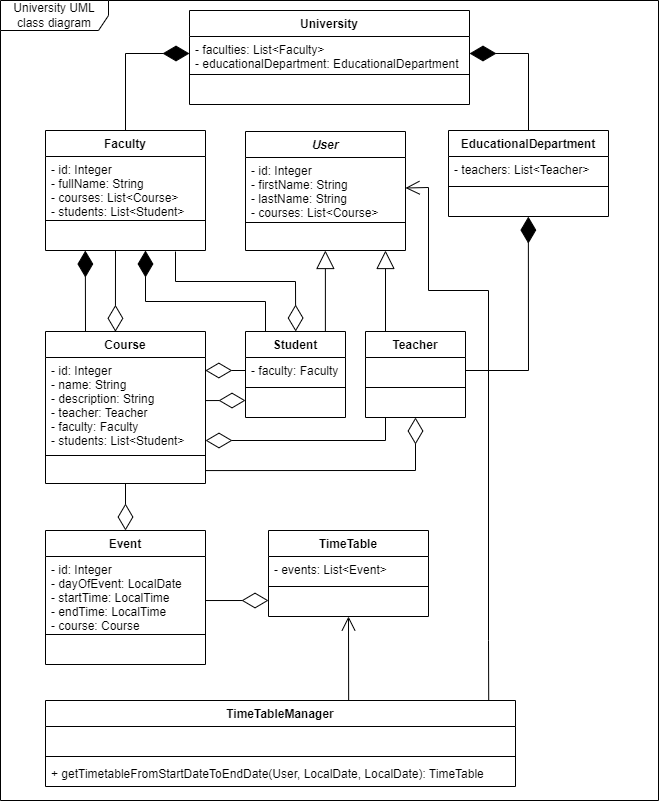
Before: University UML class diagram.png, a diagram exported from draw.io (andriysalnikov/university). Source tidied: cells renumbered, new cells last; positions are measured from the earlier drawing's top-left corner, leaving out a move shared by most shapes.
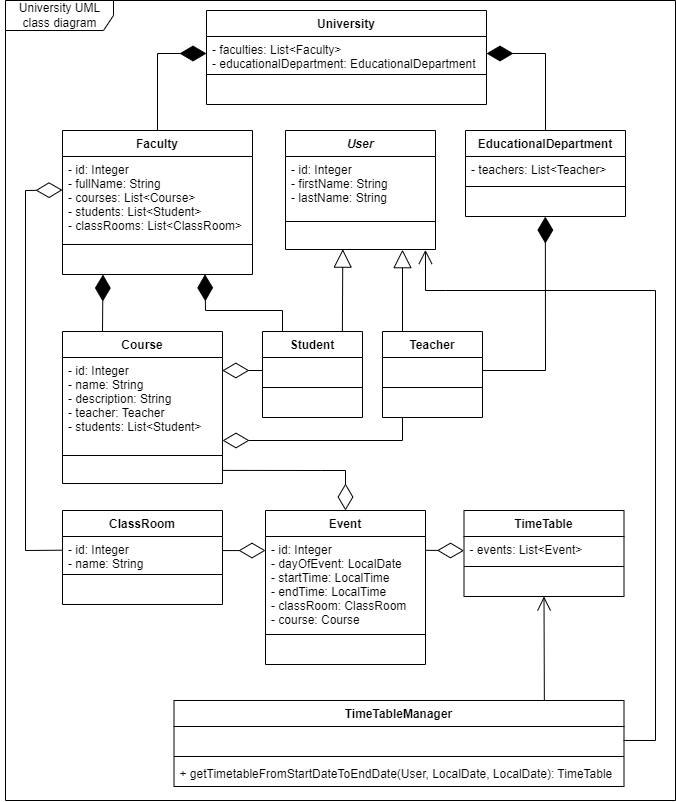
After the change.

Commit message:
Add 'ClassRoom' to UML diagram

What changed in the source:
```diff
@@ -3,12 +3,12 @@
     <mxCell id="0" />
     <mxCell id="1" parent="0" />
     <mxCell id="2" value="University UML class diagram" style="shape=umlFrame;whiteSpace=wrap;html=1;width=108;height=30;" parent="1" vertex="1">
-      <mxGeometry width="658" height="800" as="geometry" />
+      <mxGeometry x="-12" width="670" height="800" as="geometry" />
     </mxCell>
     <mxCell id="3" value="Course" style="swimlane;fontStyle=1;align=center;verticalAlign=top;horizontal=1;startSize=26;" parent="1" vertex="1">
       <mxGeometry x="45" y="331" width="160" height="152" as="geometry" />
     </mxCell>
-    <mxCell id="4" value="- id: Integer&#10;- name: String&#10;- description: String&#10;- teacher: Teacher&#10;- faculty: Faculty&#10;- students: List&lt;Student&gt;" style="text;strokeColor=none;fillColor=none;align=left;verticalAlign=top;spacingLeft=4;spacingRight=4;overflow=hidden;" parent="3" vertex="1">
+    <mxCell id="4" value="- id: Integer&#10;- name: String&#10;- description: String&#10;- teacher: Teacher&#10;- students: List&lt;Student&gt;" style="text;strokeColor=none;fillColor=none;align=left;verticalAlign=top;spacingLeft=4;spacingRight=4;overflow=hidden;" parent="3" vertex="1">
       <mxGeometry y="26" width="160" height="94" as="geometry" />
     </mxCell>
     <mxCell id="5" style="line;strokeWidth=1;fillColor=none;align=left;verticalAlign=middle;spacingTop=-1;spacingLeft=3;spacingRight=3;labelPosition=right;" parent="3" vertex="1">
@@ -18,21 +18,21 @@
       <mxGeometry y="128" width="160" height="24" as="geometry" />
     </mxCell>
     <mxCell id="7" value="User" style="swimlane;fontStyle=3;align=center;verticalAlign=top;horizontal=1;startSize=26;" parent="1" vertex="1">
-      <mxGeometry x="245" y="131" width="160" height="119" as="geometry" />
+      <mxGeometry x="268" y="130" width="150" height="119" as="geometry" />
     </mxCell>
-    <mxCell id="8" value="- id: Integer&#10;- firstName: String&#10;- lastName: String&#10;- courses: List&lt;Course&gt;" style="text;strokeColor=none;fillColor=none;align=left;verticalAlign=top;spacingLeft=4;spacingRight=4;overflow=hidden;points=[[0,0.5],[1,0.5]];portConstraint=eastwest;" parent="7" vertex="1">
-      <mxGeometry y="26" width="160" height="61" as="geometry" />
+    <mxCell id="8" value="- id: Integer&#10;- firstName: String&#10;- lastName: String&#10;" style="text;strokeColor=none;fillColor=none;align=left;verticalAlign=top;spacingLeft=4;spacingRight=4;overflow=hidden;points=[[0,0.5],[1,0.5]];portConstraint=eastwest;" parent="7" vertex="1">
+      <mxGeometry y="26" width="150" height="61" as="geometry" />
     </mxCell>
     <mxCell id="9" style="line;strokeWidth=1;fillColor=none;align=left;verticalAlign=middle;spacingTop=-1;spacingLeft=3;spacingRight=3;labelPosition=right;" parent="7" vertex="1">
-      <mxGeometry y="87" width="160" height="8" as="geometry" />
+      <mxGeometry y="87" width="150" height="8" as="geometry" />
     </mxCell>
     <mxCell id="10" value=" " style="text;strokeColor=none;fillColor=none;align=left;verticalAlign=top;spacingLeft=4;spacingRight=4;overflow=hidden;points=[[0,0.5],[1,0.5]];portConstraint=eastwest;" parent="7" vertex="1">
-      <mxGeometry y="95" width="160" height="24" as="geometry" />
+      <mxGeometry y="95" width="150" height="24" as="geometry" />
     </mxCell>
     <mxCell id="11" value="Student" style="swimlane;fontStyle=1;align=center;verticalAlign=top;horizontal=1;startSize=26;" parent="1" vertex="1">
       <mxGeometry x="245" y="331" width="100" height="86" as="geometry" />
     </mxCell>
-    <mxCell id="12" value="- faculty: Faculty" style="text;strokeColor=none;fillColor=none;align=left;verticalAlign=top;spacingLeft=4;spacingRight=4;overflow=hidden;" parent="11" vertex="1">
+    <mxCell id="12" value=" " style="text;strokeColor=none;fillColor=none;align=left;verticalAlign=top;spacingLeft=4;spacingRight=4;overflow=hidden;" parent="11" vertex="1">
       <mxGeometry y="26" width="100" height="26" as="geometry" />
     </mxCell>
     <mxCell id="13" style="line;strokeWidth=1;fillColor=none;align=left;verticalAlign=middle;spacingTop=-1;spacingLeft=3;spacingRight=3;labelPosition=right;" parent="11" vertex="1">
@@ -53,77 +53,45 @@
     <mxCell id="18" value=" " style="text;strokeColor=none;fillColor=none;align=left;verticalAlign=top;spacingLeft=4;spacingRight=4;overflow=hidden;points=[[0,0.5],[1,0.5]];portConstraint=eastwest;" parent="15" vertex="1">
       <mxGeometry y="60" width="100" height="26" as="geometry" />
     </mxCell>
-    <mxCell id="19" style="endArrow=block;endSize=16;endFill=0;html=1;rounded=0;entryX=0.25;entryY=1.017;entryDx=0;entryDy=0;entryPerimeter=0;" parent="1" edge="1">
+    <mxCell id="19" style="endArrow=block;endSize=16;endFill=0;html=1;rounded=0;entryX=0.78;entryY=1.007;entryDx=0;entryDy=0;entryPerimeter=0;" parent="1" edge="1" target="10">
       <mxGeometry relative="1" as="geometry">
         <mxPoint x="385" y="331" as="sourcePoint" />
-        <mxPoint x="385" y="250" as="targetPoint" />
       </mxGeometry>
     </mxCell>
-    <mxCell id="20" style="endArrow=diamondThin;endFill=0;endSize=24;html=1;rounded=0;entryX=0.126;entryY=-0.002;entryDx=0;entryDy=0;entryPerimeter=0;" parent="1" edge="1">
-      <mxGeometry relative="1" as="geometry">
-        <mxPoint x="175" y="251" as="sourcePoint" />
-        <mxPoint x="295.2" y="331" as="targetPoint" />
-        <Array as="points">
-          <mxPoint x="175" y="281" />
-          <mxPoint x="295" y="281" />
-        </Array>
-      </mxGeometry>
-    </mxCell>
-    <mxCell id="21" style="endArrow=diamondThin;endFill=0;endSize=24;html=1;rounded=0;exitX=0.284;exitY=0.999;exitDx=0;exitDy=0;exitPerimeter=0;entryX=0.437;entryY=0.002;entryDx=0;entryDy=0;entryPerimeter=0;" parent="1" edge="1" target="3">
-      <mxGeometry relative="1" as="geometry">
-        <mxPoint x="115" y="250" as="sourcePoint" />
-      </mxGeometry>
-    </mxCell>
     <mxCell id="22" value="Faculty" style="swimlane;fontStyle=1;align=center;verticalAlign=top;horizontal=1;startSize=26;" parent="1" vertex="1">
-      <mxGeometry x="45" y="130" width="160" height="120" as="geometry" />
+      <mxGeometry x="45" y="130" width="190" height="144" as="geometry" />
     </mxCell>
-    <mxCell id="23" value="- id: Integer&#10;- fullName: String&#10;- courses: List&lt;Course&gt;&#10;- students: List&lt;Student&gt;" style="text;strokeColor=none;fillColor=none;align=left;verticalAlign=top;spacingLeft=4;spacingRight=4;overflow=hidden;" parent="22" vertex="1">
-      <mxGeometry y="26" width="160" height="60" as="geometry" />
+    <mxCell id="23" value="- id: Integer&#10;- fullName: String&#10;- courses: List&lt;Course&gt;&#10;- students: List&lt;Student&gt;&#10;- classRooms: List&lt;ClassRoom&gt;" style="text;strokeColor=none;fillColor=none;align=left;verticalAlign=top;spacingLeft=4;spacingRight=4;overflow=hidden;" parent="22" vertex="1">
+      <mxGeometry y="26" width="190" height="84" as="geometry" />
     </mxCell>
     <mxCell id="24" style="line;strokeWidth=1;fillColor=none;align=left;verticalAlign=middle;spacingTop=-1;spacingLeft=3;spacingRight=3;labelPosition=right;" parent="22" vertex="1">
-      <mxGeometry y="86" width="160" height="8" as="geometry" />
+      <mxGeometry y="110" width="190" height="8" as="geometry" />
     </mxCell>
     <mxCell id="25" value=" " style="text;strokeColor=none;fillColor=none;align=left;verticalAlign=top;spacingLeft=4;spacingRight=4;overflow=hidden;points=[[0,0.5],[1,0.5]];portConstraint=eastwest;" parent="22" vertex="1">
-      <mxGeometry y="94" width="160" height="26" as="geometry" />
+      <mxGeometry y="118" width="190" height="26" as="geometry" />
     </mxCell>
-    <mxCell id="26" style="endArrow=diamondThin;endFill=1;endSize=24;html=1;rounded=0;entryX=0.249;entryY=1.002;entryDx=0;entryDy=0;entryPerimeter=0;exitX=0.25;exitY=0;exitDx=0;exitDy=0;" parent="1" edge="1" source="3" target="25">
+    <mxCell id="26" style="endArrow=diamondThin;endFill=1;endSize=24;html=1;rounded=0;entryX=0.213;entryY=1.002;entryDx=0;entryDy=0;entryPerimeter=0;exitX=0.25;exitY=0;exitDx=0;exitDy=0;" parent="1" edge="1" source="3" target="25">
       <mxGeometry relative="1" as="geometry" />
     </mxCell>
-    <mxCell id="27" style="endArrow=diamondThin;endFill=1;endSize=24;html=1;rounded=0;entryX=0.249;entryY=1.002;entryDx=0;entryDy=0;entryPerimeter=0;exitX=0.2;exitY=0;exitDx=0;exitDy=0;exitPerimeter=0;" parent="1" edge="1" source="11">
+    <mxCell id="27" style="endArrow=diamondThin;endFill=1;endSize=24;html=1;rounded=0;exitX=0.2;exitY=0;exitDx=0;exitDy=0;exitPerimeter=0;entryX=0.75;entryY=0.993;entryDx=0;entryDy=0;entryPerimeter=0;" parent="1" edge="1" source="11" target="25">
       <mxGeometry relative="1" as="geometry">
-        <mxPoint x="145" y="250" as="targetPoint" />
         <Array as="points">
-          <mxPoint x="265" y="301" />
-          <mxPoint x="145" y="301" />
+          <mxPoint x="265" y="310" />
+          <mxPoint x="188" y="310" />
         </Array>
       </mxGeometry>
     </mxCell>
-    <mxCell id="28" style="endArrow=block;endSize=16;endFill=0;html=1;rounded=0;entryX=0.25;entryY=1.017;entryDx=0;entryDy=0;entryPerimeter=0;" parent="1" edge="1">
+    <mxCell id="28" style="endArrow=block;endSize=16;endFill=0;html=1;rounded=0;entryX=0.382;entryY=0.985;entryDx=0;entryDy=0;entryPerimeter=0;" parent="1" edge="1" target="10">
       <mxGeometry relative="1" as="geometry">
         <mxPoint x="324.9" y="331" as="sourcePoint" />
-        <mxPoint x="324.9" y="250" as="targetPoint" />
       </mxGeometry>
     </mxCell>
-    <mxCell id="29" style="endArrow=diamondThin;endFill=0;endSize=24;html=1;rounded=0;entryX=0;entryY=0.5;entryDx=0;entryDy=0;exitX=1.001;exitY=0.139;exitDx=0;exitDy=0;exitPerimeter=0;" parent="1" edge="1">
-      <mxGeometry relative="1" as="geometry">
-        <mxPoint x="205.2" y="400.1" as="sourcePoint" />
-        <mxPoint x="245" y="400" as="targetPoint" />
-      </mxGeometry>
-    </mxCell>
     <mxCell id="30" style="endArrow=diamondThin;endFill=0;endSize=24;html=1;rounded=0;entryX=0;entryY=0.5;entryDx=0;entryDy=0;" parent="1" edge="1">
       <mxGeometry relative="1" as="geometry">
         <mxPoint x="245" y="370" as="sourcePoint" />
         <mxPoint x="204.8" y="370" as="targetPoint" />
       </mxGeometry>
     </mxCell>
-    <mxCell id="31" style="endArrow=diamondThin;endFill=0;endSize=24;html=1;rounded=0;entryX=0.5;entryY=1;entryDx=0;entryDy=0;exitX=1.001;exitY=0.139;exitDx=0;exitDy=0;exitPerimeter=0;" parent="1" edge="1" target="15">
-      <mxGeometry relative="1" as="geometry">
-        <mxPoint x="205.3" y="470.1" as="sourcePoint" />
-        <Array as="points">
-          <mxPoint x="415" y="470" />
-        </Array>
-      </mxGeometry>
-    </mxCell>
     <mxCell id="32" style="endArrow=diamondThin;endFill=0;endSize=24;html=1;rounded=0;entryX=0;entryY=0.5;entryDx=0;entryDy=0;exitX=0.2;exitY=0.998;exitDx=0;exitDy=0;exitPerimeter=0;" parent="1" edge="1" source="18">
       <mxGeometry relative="1" as="geometry">
         <mxPoint x="205" y="440" as="targetPoint" />
@@ -133,44 +101,49 @@
       </mxGeometry>
     </mxCell>
     <mxCell id="33" value="Event" style="swimlane;fontStyle=1;align=center;verticalAlign=top;horizontal=1;startSize=26;" parent="1" vertex="1">
-      <mxGeometry x="45" y="530" width="160" height="134" as="geometry" />
+      <mxGeometry x="248" y="510" width="160" height="154" as="geometry" />
     </mxCell>
-    <mxCell id="34" value="- id: Integer&#10;- dayOfEvent: LocalDate&#10;- startTime: LocalTime&#10;- endTime: LocalTime&#10;- course: Course" style="text;strokeColor=none;fillColor=none;align=left;verticalAlign=top;spacingLeft=4;spacingRight=4;overflow=hidden;points=[[0,0.5],[1,0.5]];portConstraint=eastwest;" parent="33" vertex="1">
-      <mxGeometry y="26" width="160" height="74" as="geometry" />
+    <mxCell id="34" value="- id: Integer&#10;- dayOfEvent: LocalDate&#10;- startTime: LocalTime&#10;- endTime: LocalTime&#10;- classRoom: ClassRoom&#10;- course: Course" style="text;strokeColor=none;fillColor=none;align=left;verticalAlign=top;spacingLeft=4;spacingRight=4;overflow=hidden;points=[[0,0.5],[1,0.5]];portConstraint=eastwest;" parent="33" vertex="1">
+      <mxGeometry y="26" width="160" height="94" as="geometry" />
     </mxCell>
     <mxCell id="35" style="line;strokeWidth=1;fillColor=none;align=left;verticalAlign=middle;spacingTop=-1;spacingLeft=3;spacingRight=3;labelPosition=right;" parent="33" vertex="1">
-      <mxGeometry y="100" width="160" height="8" as="geometry" />
+      <mxGeometry y="120" width="160" height="8" as="geometry" />
     </mxCell>
     <mxCell id="36" value=" " style="text;strokeColor=none;fillColor=none;align=left;verticalAlign=top;spacingLeft=4;spacingRight=4;overflow=hidden;" parent="33" vertex="1">
-      <mxGeometry y="108" width="160" height="26" as="geometry" />
+      <mxGeometry y="128" width="160" height="26" as="geometry" />
     </mxCell>
-    <mxCell id="37" style="endArrow=diamondThin;endFill=0;endSize=24;html=1;rounded=0;entryX=0.5;entryY=0;entryDx=0;entryDy=0;exitX=0.5;exitY=1;exitDx=0;exitDy=0;" parent="1" edge="1" source="3" target="33">
-      <mxGeometry relative="1" as="geometry" />
+    <mxCell id="37" style="endArrow=diamondThin;endFill=0;endSize=24;html=1;rounded=0;entryX=0.5;entryY=0;entryDx=0;entryDy=0;exitX=1.002;exitY=0.454;exitDx=0;exitDy=0;exitPerimeter=0;" parent="1" edge="1" source="6" target="33">
+      <mxGeometry relative="1" as="geometry">
+        <Array as="points">
+          <mxPoint x="304" y="470" />
+          <mxPoint x="328" y="470" />
+        </Array>
+      </mxGeometry>
     </mxCell>
     <mxCell id="38" value="TimeTableManager" style="swimlane;fontStyle=1;align=center;verticalAlign=top;horizontal=1;startSize=26;" parent="1" vertex="1">
-      <mxGeometry x="45" y="700" width="470" height="86" as="geometry" />
+      <mxGeometry x="156.5" y="700" width="450" height="86" as="geometry" />
     </mxCell>
     <mxCell id="39" value=" " style="text;strokeColor=none;fillColor=none;align=left;verticalAlign=top;spacingLeft=4;spacingRight=4;overflow=hidden;points=[[0,0.5],[1,0.5]];portConstraint=eastwest;" parent="38" vertex="1">
-      <mxGeometry y="26" width="470" height="26" as="geometry" />
+      <mxGeometry y="26" width="450" height="26" as="geometry" />
     </mxCell>
     <mxCell id="40" style="line;strokeWidth=1;fillColor=none;align=left;verticalAlign=middle;spacingTop=-1;spacingLeft=3;spacingRight=3;labelPosition=right;" parent="38" vertex="1">
-      <mxGeometry y="52" width="470" height="8" as="geometry" />
+      <mxGeometry y="52" width="450" height="8" as="geometry" />
     </mxCell>
     <mxCell id="41" value="+ getTimetableFromStartDateToEndDate(User, LocalDate, LocalDate): TimeTable" style="text;strokeColor=none;fillColor=none;align=left;verticalAlign=top;spacingLeft=4;spacingRight=4;overflow=hidden;" parent="38" vertex="1">
-      <mxGeometry y="60" width="470" height="26" as="geometry" />
+      <mxGeometry y="60" width="450" height="26" as="geometry" />
     </mxCell>
-    <mxCell id="42" style="endArrow=open;endFill=1;endSize=12;html=1;rounded=0;entryX=1;entryY=0.5;entryDx=0;entryDy=0;exitX=0.943;exitY=-0.007;exitDx=0;exitDy=0;exitPerimeter=0;" parent="1" edge="1" source="38" target="8">
+    <mxCell id="42" style="endArrow=open;endFill=1;endSize=12;html=1;rounded=0;exitX=0.999;exitY=0.537;exitDx=0;exitDy=0;exitPerimeter=0;entryX=0.933;entryY=1.017;entryDx=0;entryDy=0;entryPerimeter=0;" parent="1" edge="1" source="39" target="10">
       <mxGeometry relative="1" as="geometry">
         <Array as="points">
-          <mxPoint x="488" y="640" />
-          <mxPoint x="488" y="290" />
+          <mxPoint x="638" y="740" />
+          <mxPoint x="638" y="290" />
           <mxPoint x="428" y="290" />
-          <mxPoint x="428" y="187" />
+          <mxPoint x="408" y="290" />
         </Array>
       </mxGeometry>
     </mxCell>
     <mxCell id="43" value="TimeTable" style="swimlane;fontStyle=1;align=center;verticalAlign=top;horizontal=1;startSize=26;" parent="1" vertex="1">
-      <mxGeometry x="268" y="530" width="160" height="86" as="geometry" />
+      <mxGeometry x="446.5" y="510" width="160" height="86" as="geometry" />
     </mxCell>
     <mxCell id="44" value="- events: List&lt;Event&gt;" style="text;strokeColor=none;fillColor=none;align=left;verticalAlign=top;spacingLeft=4;spacingRight=4;overflow=hidden;points=[[0,0.5],[1,0.5]];portConstraint=eastwest;" parent="43" vertex="1">
       <mxGeometry y="26" width="160" height="26" as="geometry" />
@@ -181,10 +154,10 @@
     <mxCell id="46" value=" " style="text;strokeColor=none;fillColor=none;align=left;verticalAlign=top;spacingLeft=4;spacingRight=4;overflow=hidden;points=[[0,0.5],[1,0.5]];portConstraint=eastwest;" parent="43" vertex="1">
       <mxGeometry y="60" width="160" height="26" as="geometry" />
     </mxCell>
-    <mxCell id="47" style="endArrow=diamondThin;endFill=0;endSize=24;html=1;rounded=0;entryX=0;entryY=0.385;entryDx=0;entryDy=0;exitX=1;exitY=0.595;exitDx=0;exitDy=0;exitPerimeter=0;entryPerimeter=0;" parent="1" edge="1" source="34" target="46">
+    <mxCell id="47" style="endArrow=diamondThin;endFill=0;endSize=24;html=1;rounded=0;entryX=0;entryY=0.543;entryDx=0;entryDy=0;exitX=1;exitY=0.147;exitDx=0;exitDy=0;exitPerimeter=0;entryPerimeter=0;" parent="1" edge="1" source="34" target="44">
       <mxGeometry relative="1" as="geometry" />
     </mxCell>
-    <mxCell id="48" style="endArrow=open;endFill=1;endSize=12;html=1;rounded=0;exitX=0.645;exitY=0;exitDx=0;exitDy=0;exitPerimeter=0;entryX=0.5;entryY=1;entryDx=0;entryDy=0;" parent="1" edge="1" source="38" target="43">
+    <mxCell id="48" style="endArrow=open;endFill=1;endSize=12;html=1;rounded=0;entryX=0.5;entryY=1;entryDx=0;entryDy=0;exitX=0.823;exitY=0.004;exitDx=0;exitDy=0;exitPerimeter=0;" parent="1" edge="1" source="38" target="43">
       <mxGeometry relative="1" as="geometry" />
     </mxCell>
     <mxCell id="49" value="University" style="swimlane;fontStyle=1;align=center;verticalAlign=top;horizontal=1;startSize=26;" parent="1" vertex="1">
@@ -214,7 +187,7 @@
     <mxCell id="57" style="endArrow=diamondThin;endFill=1;endSize=24;html=1;rounded=0;exitX=0.5;exitY=0;exitDx=0;exitDy=0;entryX=0;entryY=0.5;entryDx=0;entryDy=0;" parent="1" edge="1" source="22" target="50">
       <mxGeometry relative="1" as="geometry">
         <Array as="points">
-          <mxPoint x="125" y="53" />
+          <mxPoint x="140" y="53" />
         </Array>
       </mxGeometry>
     </mxCell>
@@ -232,5 +205,29 @@
         </Array>
       </mxGeometry>
     </mxCell>
+    <mxCell id="60" value="ClassRoom" style="swimlane;fontStyle=1;align=center;verticalAlign=top;horizontal=1;startSize=26;" parent="1" vertex="1">
+      <mxGeometry x="45" y="510" width="160" height="94" as="geometry" />
+    </mxCell>
+    <mxCell id="61" value="- id: Integer&#10;- name: String" style="text;strokeColor=none;fillColor=none;align=left;verticalAlign=top;spacingLeft=4;spacingRight=4;overflow=hidden;points=[[0,0.5],[1,0.5]];portConstraint=eastwest;" parent="60" vertex="1">
+      <mxGeometry y="26" width="160" height="34" as="geometry" />
+    </mxCell>
+    <mxCell id="62" style="line;strokeWidth=1;fillColor=none;align=left;verticalAlign=middle;spacingTop=-1;spacingLeft=3;spacingRight=3;labelPosition=right;" parent="60" vertex="1">
+      <mxGeometry y="60" width="160" height="8" as="geometry" />
+    </mxCell>
+    <mxCell id="63" value=" " style="text;strokeColor=none;fillColor=none;align=left;verticalAlign=top;spacingLeft=4;spacingRight=4;overflow=hidden;" parent="60" vertex="1">
+      <mxGeometry y="68" width="160" height="26" as="geometry" />
+    </mxCell>
+    <mxCell id="64" style="endArrow=diamondThin;endFill=0;endSize=24;html=1;rounded=0;entryX=0;entryY=0.149;entryDx=0;entryDy=0;exitX=1.001;exitY=0.414;exitDx=0;exitDy=0;entryPerimeter=0;exitPerimeter=0;" parent="1" edge="1" source="61" target="34">
+      <mxGeometry relative="1" as="geometry" />
+    </mxCell>
+    <mxCell id="65" style="endArrow=diamondThin;endFill=0;endSize=24;html=1;rounded=0;exitX=-0.002;exitY=0.403;exitDx=0;exitDy=0;exitPerimeter=0;" parent="1" edge="1" source="61">
+      <mxGeometry relative="1" as="geometry">
+        <mxPoint x="45" y="189.5" as="targetPoint" />
+        <Array as="points">
+          <mxPoint x="8" y="550" />
+          <mxPoint x="8" y="190" />
+        </Array>
+      </mxGeometry>
+    </mxCell>
   </root>
 </mxGraphModel>
```
